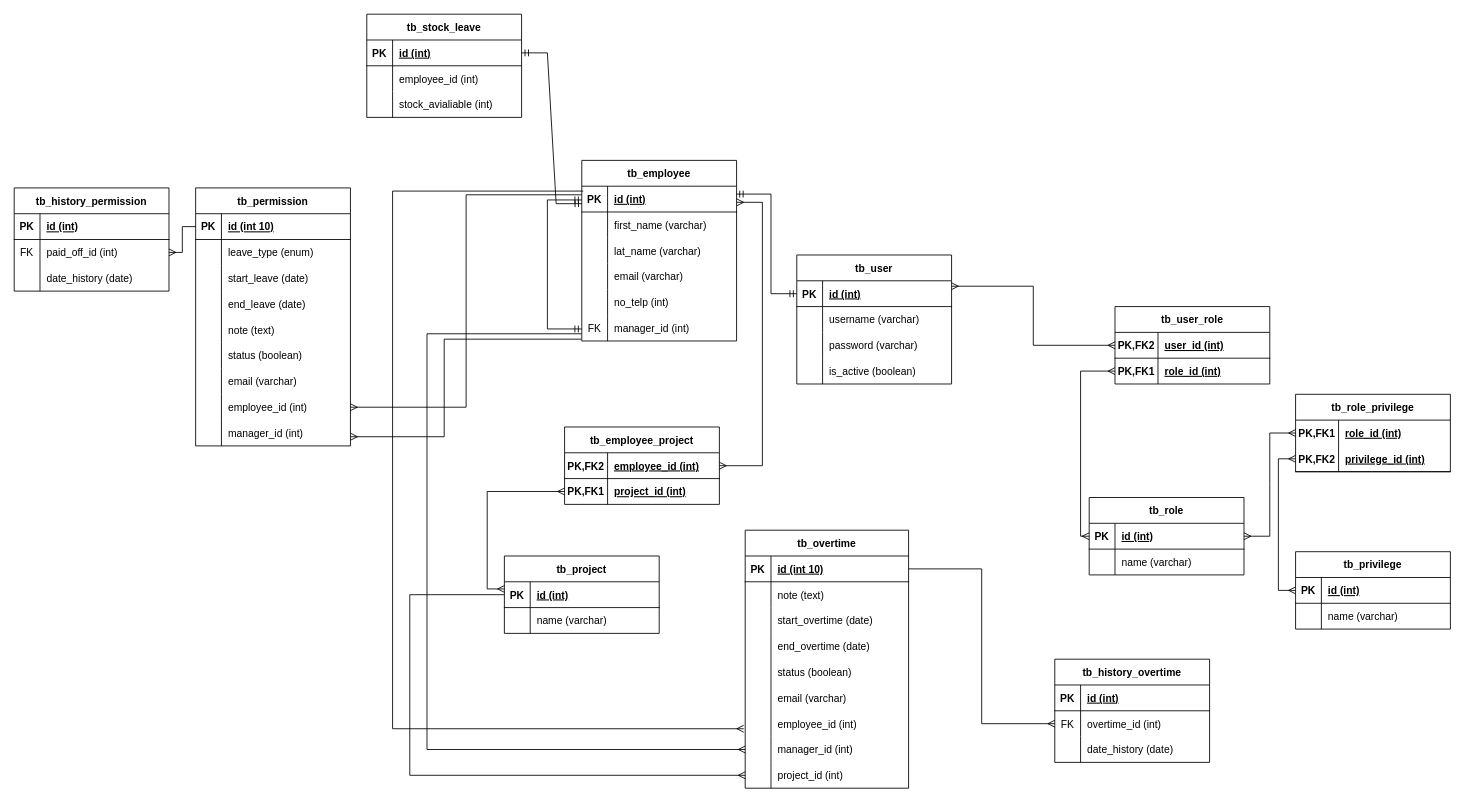
The draw.io diagram Final.drawio in zarmintaa/Skripsi, before the edit. Source tidied: cells renumbered, new cells numbered last; positions are measured from the earlier drawing's top-left corner, leaving out a move shared by most shapes. Both pictures are drawn from the tidied source at 86%, with x=0, y=0 at pixel (14, 14).
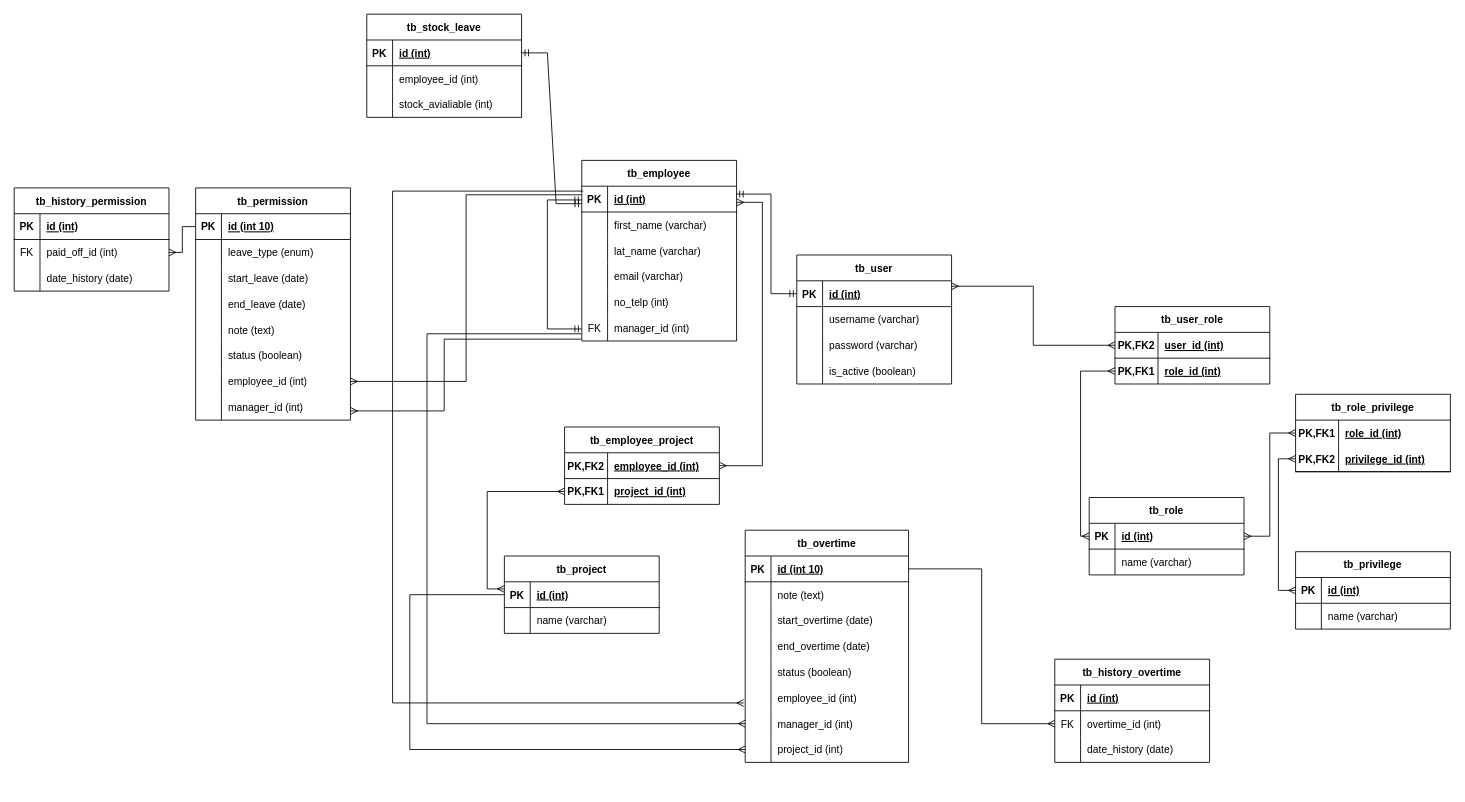
The same page after the edit.

The edit, as a diff of the source:
```diff
@@
     <mxCell id="56" value="tb_permission" style="shape=table;startSize=30;childLayout=tableLayout;rowLines=0;fontStyle=1;align=center;" parent="1" vertex="1">
-      <mxGeometry x="211" y="202" width="180" height="300" as="geometry" />
+      <mxGeometry x="211" y="202" width="180" height="270" as="geometry" />
     </mxCell>
@@
-    <mxCell id="75" style="shape=tableRow;horizontal=0;startSize=0;swimlaneHead=0;swimlaneBody=0;fillColor=none;top=0;left=0;right=0;bottom=0;" parent="56" vertex="1">
-      <mxGeometry y="210" width="180" height="30" as="geometry" />
-    </mxCell>
-    <mxCell id="76" style="shape=partialRectangle;fillColor=none;top=0;left=0;bottom=0;right=0;overflow=hidden;" parent="75" vertex="1">
-      <mxGeometry width="30" height="30" as="geometry" />
-    </mxCell>
-    <mxCell id="77" value="email (varchar)" style="shape=partialRectangle;fillColor=none;top=0;left=0;bottom=0;right=0;align=left;spacingLeft=6;overflow=hidden;" parent="75" vertex="1">
-      <mxGeometry x="30" width="150" height="30" as="geometry" />
-    </mxCell>
     <mxCell id="78" style="shape=tableRow;horizontal=0;startSize=0;swimlaneHead=0;swimlaneBody=0;fillColor=none;points=[[0,0.5],[1,0.5]];portConstraint=eastwest;top=0;left=0;right=0;bottom=0;" parent="56" vertex="1">
-      <mxGeometry y="240" width="180" height="30" as="geometry" />
+      <mxGeometry y="210" width="180" height="30" as="geometry" />
     </mxCell>
@@
     <mxCell id="81" style="shape=tableRow;horizontal=0;startSize=0;swimlaneHead=0;swimlaneBody=0;fillColor=none;points=[[0,0.5],[1,0.5]];portConstraint=eastwest;top=0;left=0;right=0;bottom=0;" parent="56" vertex="1">
-      <mxGeometry y="270" width="180" height="30" as="geometry" />
+      <mxGeometry y="240" width="180" height="30" as="geometry" />
     </mxCell>
@@
     <mxCell id="119" value="tb_overtime" style="shape=table;startSize=30;childLayout=tableLayout;rowLines=0;fontStyle=1;align=center;" parent="1" vertex="1">
-      <mxGeometry x="850" y="600" width="190" height="300" as="geometry" />
+      <mxGeometry x="850" y="600" width="190" height="270" as="geometry" />
     </mxCell>
@@
-    <mxCell id="135" style="shape=tableRow;horizontal=0;startSize=0;swimlaneHead=0;swimlaneBody=0;fillColor=none;top=0;left=0;right=0;bottom=0;" parent="119" vertex="1">
-      <mxGeometry y="180" width="190" height="30" as="geometry" />
-    </mxCell>
-    <mxCell id="136" style="shape=partialRectangle;fillColor=none;top=0;left=0;bottom=0;right=0;overflow=hidden;" parent="135" vertex="1">
-      <mxGeometry width="30" height="30" as="geometry" />
-    </mxCell>
-    <mxCell id="137" value="email (varchar)" style="shape=partialRectangle;fillColor=none;top=0;left=0;bottom=0;right=0;align=left;spacingLeft=6;overflow=hidden;" parent="135" vertex="1">
-      <mxGeometry x="30" width="160" height="30" as="geometry" />
-    </mxCell>
     <mxCell id="138" style="shape=tableRow;horizontal=0;startSize=0;swimlaneHead=0;swimlaneBody=0;fillColor=none;points=[[0,0.5],[1,0.5]];portConstraint=eastwest;top=0;left=0;right=0;bottom=0;" parent="119" vertex="1">
-      <mxGeometry y="210" width="190" height="30" as="geometry" />
+      <mxGeometry y="180" width="190" height="30" as="geometry" />
     </mxCell>
@@
     <mxCell id="141" style="shape=tableRow;horizontal=0;startSize=0;swimlaneHead=0;swimlaneBody=0;fillColor=none;points=[[0,0.5],[1,0.5]];portConstraint=eastwest;top=0;left=0;right=0;bottom=0;" parent="119" vertex="1">
-      <mxGeometry y="240" width="190" height="30" as="geometry" />
+      <mxGeometry y="210" width="190" height="30" as="geometry" />
     </mxCell>
@@
     <mxCell id="144" style="shape=tableRow;horizontal=0;startSize=0;swimlaneHead=0;swimlaneBody=0;fillColor=none;points=[[0,0.5],[1,0.5]];portConstraint=eastwest;top=0;left=0;right=0;bottom=0;" parent="119" vertex="1">
-      <mxGeometry y="270" width="190" height="30" as="geometry" />
+      <mxGeometry y="240" width="190" height="30" as="geometry" />
     </mxCell>
```
